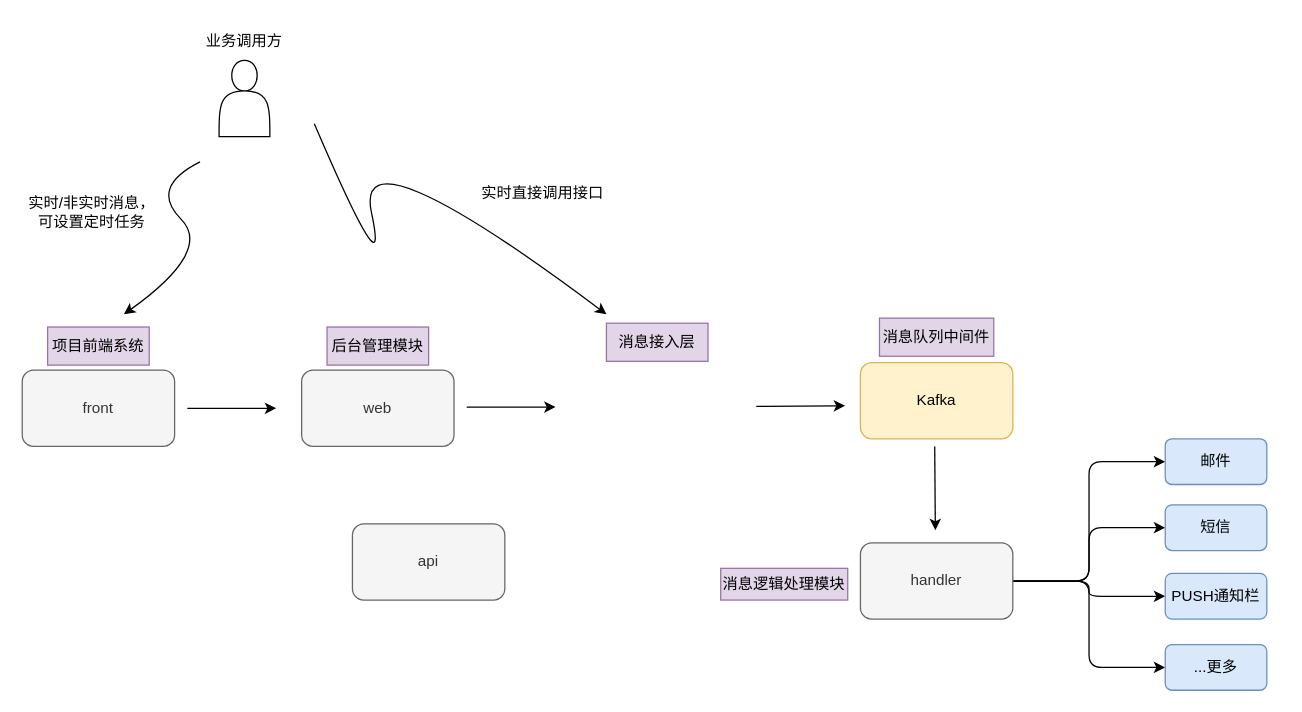
The draw.io diagram 毕业设计/系统架构图.drawio in KeatonLi/pictures, before the edit. Source tidied: cells renumbered, new cells numbered last; positions are measured from the earlier drawing's top-left corner, leaving out a move shared by most shapes. Both pictures are drawn from the tidied source at 127%, with x=0, y=0 at pixel (22, 22).
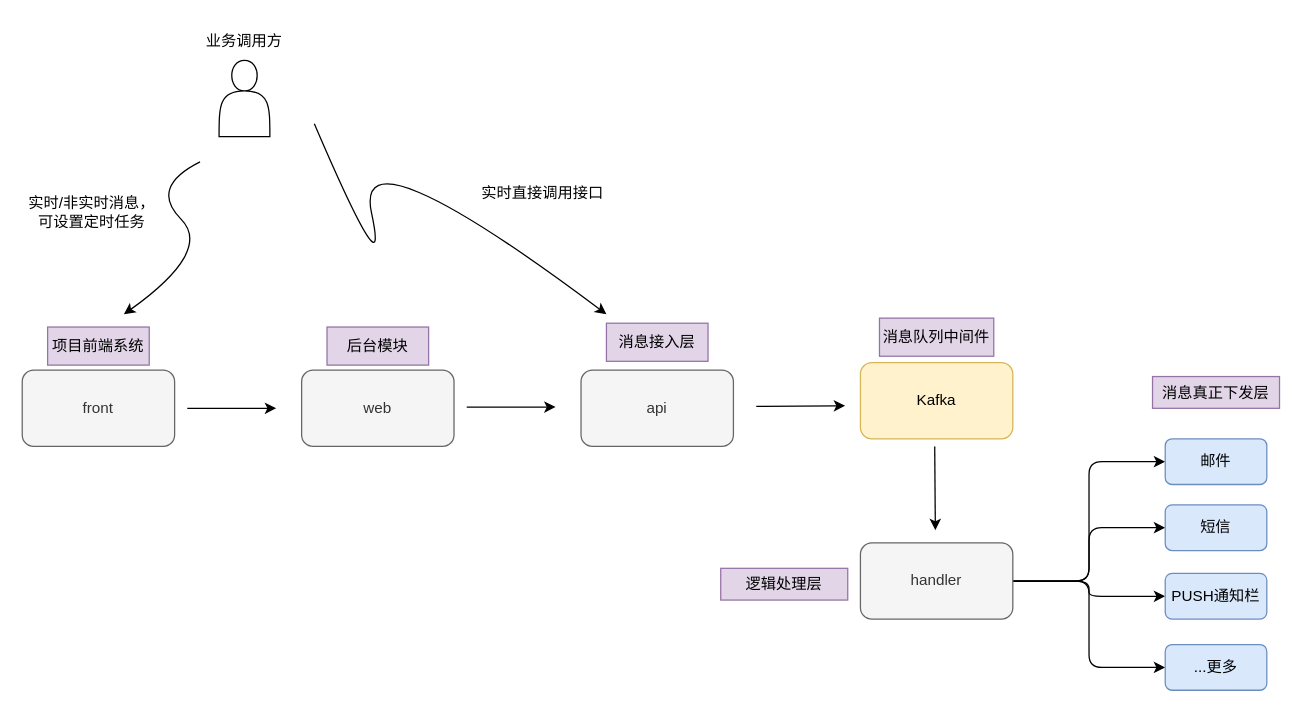
The same diagram, later.

Commit message:
更新系统架构图.drawio

What changed in the source:
```diff
@@
-    <mxCell id="10" value="后台管理模块" style="text;html=1;align=center;verticalAlign=middle;whiteSpace=wrap;rounded=0;fillColor=#e1d5e7;strokeColor=#9673a6;" parent="1" vertex="1">
+    <mxCell id="10" value="后台模块" style="text;html=1;align=center;verticalAlign=middle;whiteSpace=wrap;rounded=0;fillColor=#e1d5e7;strokeColor=#9673a6;" parent="1" vertex="1">
       <mxGeometry x="240" y="240" width="80" height="30" as="geometry" />
     </mxCell>
@@
     <mxCell id="12" value="api" style="rounded=1;whiteSpace=wrap;html=1;fillColor=#f5f5f5;fontColor=#333333;strokeColor=#666666;" parent="1" vertex="1">
-      <mxGeometry x="260" y="395" width="120" height="60" as="geometry" />
+      <mxGeometry x="440" y="274" width="120" height="60" as="geometry" />
     </mxCell>
@@
-    <mxCell id="30" value="消息逻辑处理模块" style="text;html=1;align=center;verticalAlign=middle;whiteSpace=wrap;rounded=0;fillColor=#e1d5e7;strokeColor=#9673a6;" parent="1" vertex="1">
+    <mxCell id="30" value="逻辑处理层" style="text;html=1;align=center;verticalAlign=middle;whiteSpace=wrap;rounded=0;fillColor=#e1d5e7;strokeColor=#9673a6;" parent="1" vertex="1">
       <mxGeometry x="550" y="430" width="100" height="25" as="geometry" />
     </mxCell>
+    <mxCell id="31" value="消息真正下发层" style="text;html=1;align=center;verticalAlign=middle;whiteSpace=wrap;rounded=0;fillColor=#e1d5e7;strokeColor=#9673a6;" parent="1" vertex="1">
+      <mxGeometry x="890" y="279" width="100" height="25" as="geometry" />
+    </mxCell>
```
